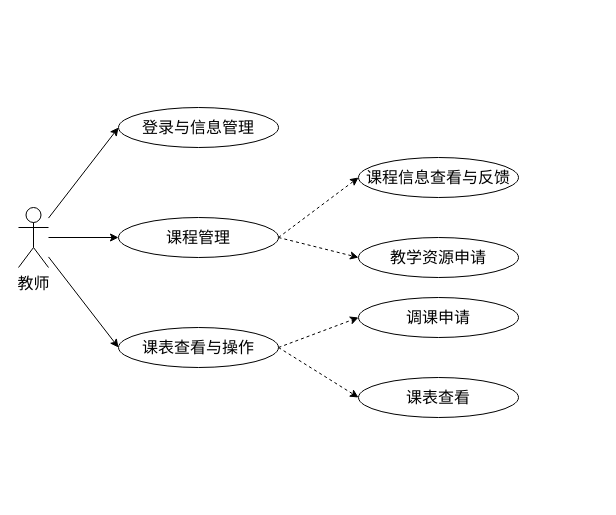
Earlier version of the draw.io diagram 教师用例图.drawio (runoob09/drawio). Source tidied: cells renumbered, new cells numbered last; positions are measured from the earlier drawing's top-left corner, leaving out a move shared by most shapes. Both pictures are drawn from the tidied source at 100%, with x=0, y=0 at pixel (18, 107).
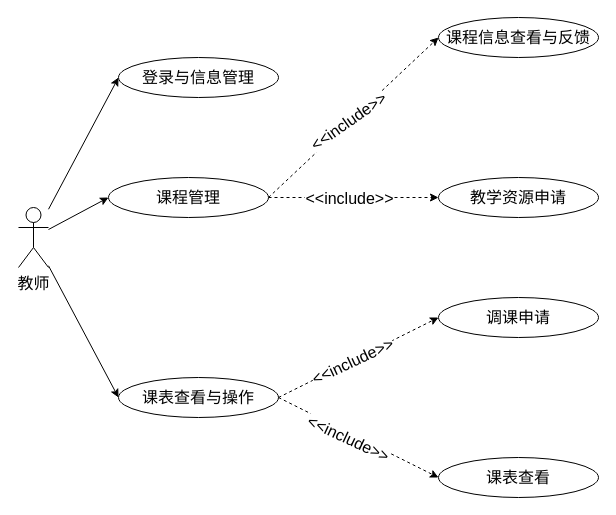
Above is the later version.

Commit message:
更新教师用例图.drawio

Diff of the diagram source:
```diff
@@
     <mxCell id="6" value="登录与信息管理" style="ellipse;whiteSpace=wrap;html=1;fontSize=16;" parent="1" vertex="1">
-      <mxGeometry x="100" width="160" height="40" as="geometry" />
+      <mxGeometry x="100" y="-50" width="160" height="40" as="geometry" />
     </mxCell>
-    <mxCell id="7" style="rounded=0;jettySize=auto;html=1;entryX=0;entryY=0.5;entryDx=0;entryDy=0;dashed=1;exitX=1;exitY=0.5;exitDx=0;exitDy=0;" parent="1" edge="1" source="9" target="13">
+    <mxCell id="7" style="rounded=0;jettySize=auto;html=1;entryX=0;entryY=0.5;entryDx=0;entryDy=0;dashed=1;exitX=1;exitY=0.5;exitDx=0;exitDy=0;fontSize=16;" parent="1" edge="1" source="9" target="13">
       <mxGeometry relative="1" as="geometry" />
     </mxCell>
+    <mxCell id="17" value="&amp;lt;&amp;lt;include&amp;gt;&amp;gt;" style="edgeLabel;html=1;align=center;verticalAlign=middle;rotation=0;fontSize=16;" parent="7" vertex="1">
+      <mxGeometry x="-0.16" y="-1" relative="1" as="geometry">
+        <mxPoint x="9" y="-1" as="offset" />
+      </mxGeometry>
+    </mxCell>
-    <mxCell id="8" style="rounded=0;jettySize=auto;html=1;entryX=0;entryY=0.5;entryDx=0;entryDy=0;dashed=1;exitX=1;exitY=0.5;exitDx=0;exitDy=0;" parent="1" edge="1" source="9" target="16">
+    <mxCell id="8" style="rounded=0;jettySize=auto;html=1;entryX=0;entryY=0.5;entryDx=0;entryDy=0;dashed=1;exitX=1;exitY=0.5;exitDx=0;exitDy=0;fontSize=16;" parent="1" edge="1" source="9" target="16">
       <mxGeometry relative="1" as="geometry" />
     </mxCell>
+    <mxCell id="18" value="&amp;lt;&amp;lt;include&amp;gt;&amp;gt;" style="edgeLabel;html=1;align=center;verticalAlign=middle;rotation=-35;fontSize=16;" parent="8" vertex="1">
+      <mxGeometry x="-0.06" y="1" relative="1" as="geometry" />
+    </mxCell>
     <mxCell id="9" value="课程管理" style="ellipse;whiteSpace=wrap;html=1;fontSize=16;" parent="1" vertex="1">
-      <mxGeometry x="100" y="110" width="160" height="40" as="geometry" />
+      <mxGeometry x="90" y="70" width="160" height="40" as="geometry" />
     </mxCell>
-    <mxCell id="10" style="rounded=0;jettySize=auto;html=1;dashed=1;exitX=1;exitY=0.5;exitDx=0;exitDy=0;entryX=0;entryY=0.5;entryDx=0;entryDy=0;" parent="1" edge="1" source="12" target="14">
+    <mxCell id="10" style="rounded=0;jettySize=auto;html=1;dashed=1;exitX=1;exitY=0.5;exitDx=0;exitDy=0;entryX=0;entryY=0.5;entryDx=0;entryDy=0;fontSize=16;" parent="1" edge="1" source="12" target="14">
       <mxGeometry relative="1" as="geometry" />
     </mxCell>
+    <mxCell id="19" value="&amp;lt;&amp;lt;include&amp;gt;&amp;gt;" style="edgeLabel;html=1;align=center;verticalAlign=middle;rotation=-25;fontSize=16;" parent="10" vertex="1">
+      <mxGeometry x="-0.08" relative="1" as="geometry" />
+    </mxCell>
-    <mxCell id="11" style="rounded=0;jettySize=auto;html=1;entryX=0;entryY=0.5;entryDx=0;entryDy=0;dashed=1;exitX=1;exitY=0.5;exitDx=0;exitDy=0;" parent="1" edge="1" source="12" target="15">
+    <mxCell id="11" style="rounded=0;jettySize=auto;html=1;entryX=0;entryY=0.5;entryDx=0;entryDy=0;dashed=1;exitX=1;exitY=0.5;exitDx=0;exitDy=0;fontSize=16;" parent="1" edge="1" source="12" target="15">
       <mxGeometry relative="1" as="geometry" />
     </mxCell>
+    <mxCell id="20" value="&amp;lt;&amp;lt;include&amp;gt;&amp;gt;" style="edgeLabel;html=1;align=center;verticalAlign=middle;rotation=25;fontSize=16;" parent="11" vertex="1">
+      <mxGeometry x="-0.19" y="1" relative="1" as="geometry">
+        <mxPoint x="5" y="9" as="offset" />
+      </mxGeometry>
+    </mxCell>
     <mxCell id="12" value="课表查看与操作" style="ellipse;whiteSpace=wrap;html=1;fontSize=16;" parent="1" vertex="1">
-      <mxGeometry x="100" y="220" width="160" height="40" as="geometry" />
+      <mxGeometry x="100" y="270" width="160" height="40" as="geometry" />
     </mxCell>
     <mxCell id="13" value="教学资源申请" style="ellipse;whiteSpace=wrap;html=1;fontSize=16;" parent="1" vertex="1">
-      <mxGeometry x="340" y="130" width="160" height="40" as="geometry" />
+      <mxGeometry x="420" y="70" width="160" height="40" as="geometry" />
     </mxCell>
     <mxCell id="14" value="调课申请" style="ellipse;whiteSpace=wrap;html=1;fontSize=16;" parent="1" vertex="1">
-      <mxGeometry x="340" y="190" width="160" height="40" as="geometry" />
+      <mxGeometry x="420" y="190" width="160" height="40" as="geometry" />
     </mxCell>
     <mxCell id="15" value="课表查看" style="ellipse;whiteSpace=wrap;html=1;fontSize=16;" parent="1" vertex="1">
-      <mxGeometry x="340" y="270" width="160" height="40" as="geometry" />
+      <mxGeometry x="420" y="350" width="160" height="40" as="geometry" />
     </mxCell>
     <mxCell id="16" value="课程信息查看与反馈" style="ellipse;whiteSpace=wrap;html=1;fontSize=16;" parent="1" vertex="1">
-      <mxGeometry x="340" y="50" width="160" height="40" as="geometry" />
+      <mxGeometry x="420" y="-90" width="160" height="40" as="geometry" />
     </mxCell>
```
